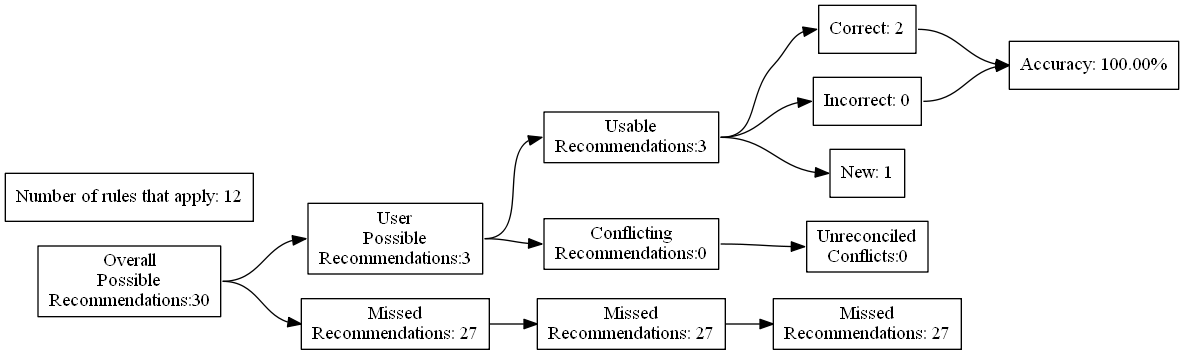
Earlier version of the Graphviz export test_renders/6.gv.png (ZaxR/ibd_diet_analysis). Its source is kept beside it as test_renders/6.gv.
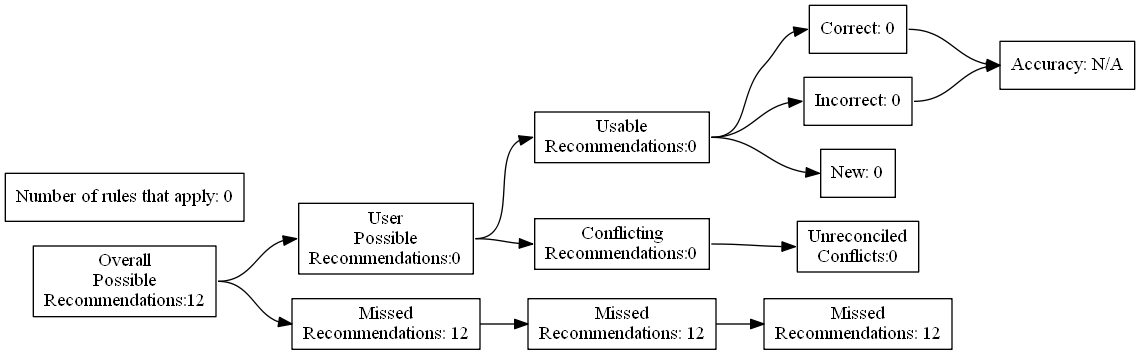
The same file after the commit.

Change to the diagram source:
```diff
@@ -4,27 +4,27 @@
 	edge [headport=w tailport=e]
 		A [label="Overall
 Possible
-Recommendations:30"]
+Recommendations:12"]
 		B [label="User
 Possible
-Recommendations:3"]
+Recommendations:0"]
 		C [label="Missed
-Recommendations: 27"]
+Recommendations: 12"]
 		D [label="Usable
-Recommendations:3"]
+Recommendations:0"]
 		E [label="Conflicting
 Recommendations:0"]
 		J [label="Missed
-Recommendations: 27"]
+Recommendations: 12"]
 		M [label="Unreconciled
 Conflicts:0"]
-		F [label="Correct: 2"]
+		F [label="Correct: 0"]
 		G [label="Incorrect: 0"]
-		H [label="New: 1"]
+		H [label="New: 0"]
 		K [label="Missed
-Recommendations: 27"]
-		I [label="Accuracy: 100.00%"]
-		l [label="Number of rules that apply: 12"]
+Recommendations: 12"]
+		I [label="Accuracy: N/A"]
+		l [label="Number of rules that apply: 0"]
 			A -> B
 			A -> C
 			B -> D
```
